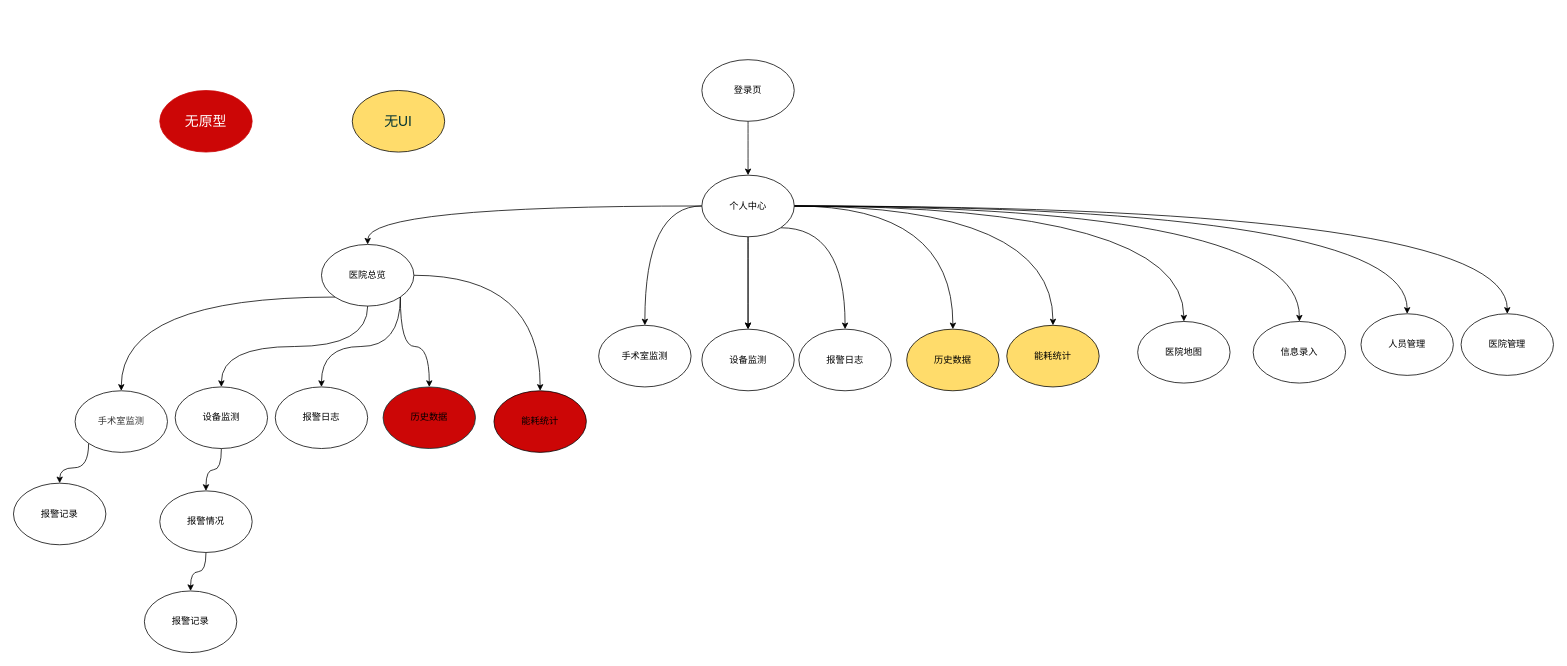
Before: 未命名绘图.drawio in linround/2022, a draw.io diagram. Source tidied: cells renumbered, new cells numbered last; positions are measured from the earlier drawing's top-left corner, leaving out a move shared by most shapes. Both pictures are drawn from the tidied source at 77%, with x=0, y=0 at pixel (13, 59).
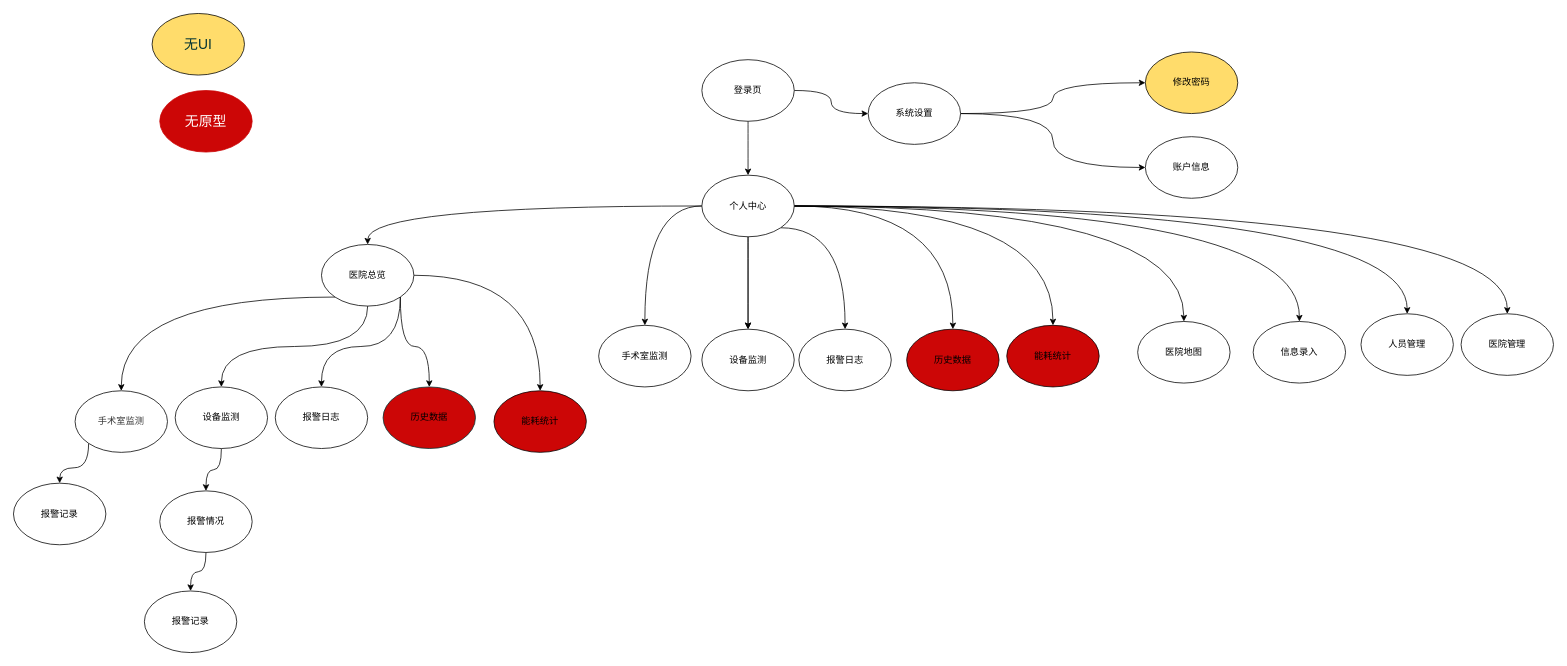
The same page after the edit.

Commit message:
更新未命名绘图.drawio

Unchanged cells that the change refers to:
```xml
<mxCell id="3" value="登录页" style="ellipse;whiteSpace=wrap;html=1;" parent="1" vertex="1">
  <mxGeometry x="894" width="120" height="80" as="geometry" />
</mxCell>
```

What changed in the source:
```diff
@@
+    <mxCell id="44" style="edgeStyle=orthogonalEdgeStyle;curved=1;rounded=0;jettySize=auto;html=1;" parent="1" edge="1" source="3" target="47">
+      <mxGeometry relative="1" as="geometry" />
+    </mxCell>
@@
-    <mxCell id="24" value="报警日志" style="ellipse;whiteSpace=wrap;html=1;" parent="1" vertex="1">
+    <mxCell id="24" value="报警日志" style="ellipse;whiteSpace=wrap;html=1;fillColor=default;" parent="1" vertex="1">
       <mxGeometry x="340" y="425" width="120" height="80" as="geometry" />
     </mxCell>
@@
-    <mxCell id="36" value="历史数据" style="ellipse;whiteSpace=wrap;html=1;fillColor=#FFDC6B;" parent="1" vertex="1">
+    <mxCell id="36" value="历史数据" style="ellipse;whiteSpace=wrap;html=1;fillColor=#CC0606;" parent="1" vertex="1">
       <mxGeometry x="1160" y="350" width="120" height="80" as="geometry" />
     </mxCell>
-    <mxCell id="37" value="能耗统计" style="ellipse;whiteSpace=wrap;html=1;fillColor=#FFDC6B;" parent="1" vertex="1">
+    <mxCell id="37" value="能耗统计" style="ellipse;whiteSpace=wrap;html=1;fillColor=#CC0606;" parent="1" vertex="1">
       <mxGeometry x="1290" y="345" width="120" height="80" as="geometry" />
     </mxCell>
@@
     <mxCell id="43" value="无UI" style="ellipse;whiteSpace=wrap;html=1;fillColor=#FFDC6B;fontColor=#003333;fontSize=18;" parent="1" vertex="1">
-      <mxGeometry x="440" y="40" width="120" height="80" as="geometry" />
+      <mxGeometry x="180" y="-60" width="120" height="80" as="geometry" />
     </mxCell>
+    <mxCell id="45" style="edgeStyle=orthogonalEdgeStyle;curved=1;rounded=0;jettySize=auto;html=1;" parent="1" edge="1" source="47" target="48">
+      <mxGeometry relative="1" as="geometry" />
+    </mxCell>
+    <mxCell id="46" style="edgeStyle=orthogonalEdgeStyle;curved=1;rounded=0;jettySize=auto;html=1;" parent="1" edge="1" source="47" target="49">
+      <mxGeometry relative="1" as="geometry" />
+    </mxCell>
+    <mxCell id="47" value="系统设置" style="ellipse;whiteSpace=wrap;html=1;" parent="1" vertex="1">
+      <mxGeometry x="1110" y="30" width="120" height="80" as="geometry" />
+    </mxCell>
+    <mxCell id="48" value="账户信息" style="ellipse;whiteSpace=wrap;html=1;" parent="1" vertex="1">
+      <mxGeometry x="1470" y="100" width="120" height="80" as="geometry" />
+    </mxCell>
+    <mxCell id="49" value="修改密码" style="ellipse;whiteSpace=wrap;html=1;fillColor=#FFDC6B;" parent="1" vertex="1">
+      <mxGeometry x="1470" y="-10" width="120" height="80" as="geometry" />
+    </mxCell>
```
